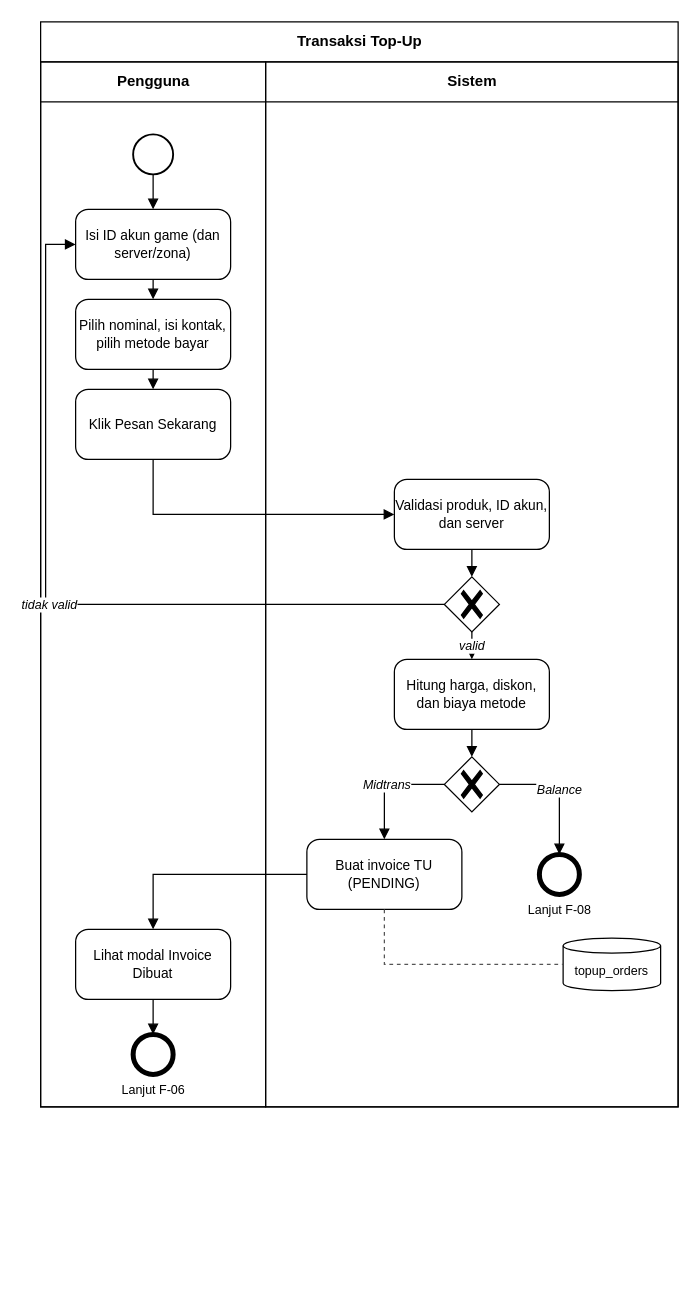
balaqiang/valostock keeps this draw.io diagram as page "F-04 FBPMNTransaksiTopUp" (4 of 12) of docs/skpl/bpmn/BPMN valostock.drawio. Above is the earlier version. Source tidied: cells renumbered, new cells numbered last; positions are measured from the earlier drawing's top-left corner, leaving out a move shared by most shapes. Both pictures are drawn from the tidied source at 125%, with x=0, y=0 at pixel (40, 21).
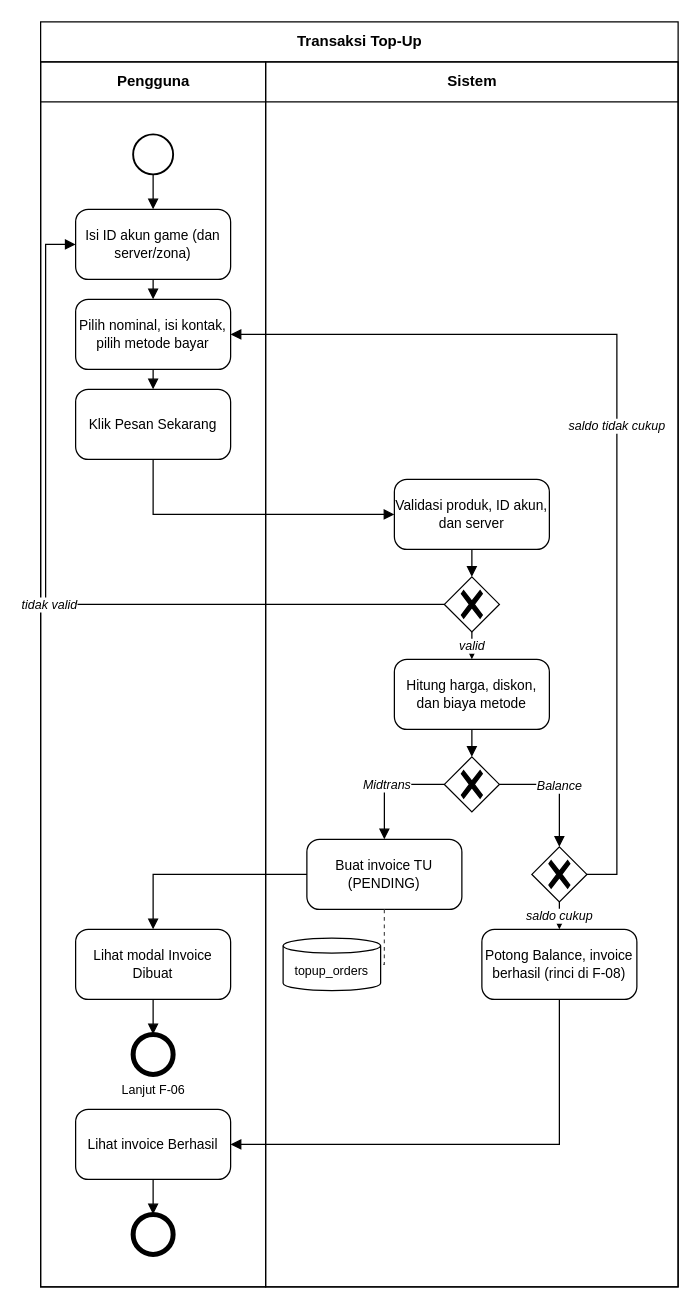
Above is the later version.

Commit message (it also covers changes not shown here):
docs(skpl): balance sufficiency decision in BPMN F-04 and F-08, loop back to choosing a payment method

Unchanged cells that the change refers to:
```xml
<mxCell id="7" value="Pilih nominal, isi kontak, pilih metode bayar" style="rounded=1;whiteSpace=wrap;html=1;arcSize=18;fontSize=11;" parent="1" vertex="1">
  <mxGeometry x="28" y="222" width="124" height="56" as="geometry" />
</mxCell>
<mxCell id="12" style="shape=mxgraph.bpmn.gateway2;html=1;verticalLabelPosition=bottom;verticalAlign=top;outline=none;symbol=none;gwType=exclusive;" parent="1" vertex="1">
  <mxGeometry x="323" y="588" width="44" height="44" as="geometry" />
</mxCell>
<mxCell id="14" value="Buat invoice TU (PENDING)" style="rounded=1;whiteSpace=wrap;html=1;arcSize=18;fontSize=11;" parent="1" vertex="1">
  <mxGeometry x="213" y="654" width="124" height="56" as="geometry" />
</mxCell>
```

The edit, as a diff of the source:
```diff
@@
     <mxCell id="2" value="Transaksi Top-Up" style="swimlane;startSize=32;html=1;fontStyle=1;fillColor=none;" parent="1" vertex="1">
-      <mxGeometry width="510" height="868" as="geometry" />
+      <mxGeometry width="510" height="1012" as="geometry" />
     </mxCell>
     <mxCell id="3" value="Pengguna" style="swimlane;startSize=32;html=1;fontStyle=1;fillColor=none;" parent="1" vertex="1">
-      <mxGeometry y="32" width="180" height="836" as="geometry" />
+      <mxGeometry y="32" width="180" height="980" as="geometry" />
     </mxCell>
     <mxCell id="4" value="Sistem" style="swimlane;startSize=32;html=1;fontStyle=1;fillColor=none;" parent="1" vertex="1">
-      <mxGeometry x="180" y="32" width="330" height="836" as="geometry" />
+      <mxGeometry x="180" y="32" width="330" height="980" as="geometry" />
     </mxCell>
@@
-    <mxCell id="13" value="Lanjut F-08" style="ellipse;html=1;strokeWidth=4;verticalLabelPosition=bottom;verticalAlign=top;fontSize=10;" parent="1" vertex="1">
-      <mxGeometry x="399" y="666" width="32" height="32" as="geometry" />
-    </mxCell>
@@
     <mxCell id="15" value="topup_orders" style="shape=cylinder3;whiteSpace=wrap;html=1;boundedLbl=1;backgroundOutline=1;size=6;fontSize=10;" parent="1" vertex="1">
-      <mxGeometry x="418" y="733" width="78" height="42" as="geometry" />
+      <mxGeometry x="194" y="733" width="78" height="42" as="geometry" />
     </mxCell>
+    <mxCell id="31" style="shape=mxgraph.bpmn.gateway2;html=1;verticalLabelPosition=bottom;verticalAlign=top;outline=none;symbol=none;gwType=exclusive;" parent="1" vertex="1">
+      <mxGeometry x="393" y="660" width="44" height="44" as="geometry" />
+    </mxCell>
+    <mxCell id="32" value="Potong Balance, invoice berhasil (rinci di F-08)" style="rounded=1;whiteSpace=wrap;html=1;arcSize=18;fontSize=11;" parent="1" vertex="1">
+      <mxGeometry x="353" y="726" width="124" height="56" as="geometry" />
+    </mxCell>
@@
+    <mxCell id="33" value="Lihat invoice Berhasil" style="rounded=1;whiteSpace=wrap;html=1;arcSize=18;fontSize=11;" parent="1" vertex="1">
+      <mxGeometry x="28" y="870" width="124" height="56" as="geometry" />
+    </mxCell>
+    <mxCell id="34" style="ellipse;html=1;strokeWidth=4;verticalLabelPosition=bottom;verticalAlign=top;fontSize=10;" parent="1" vertex="1">
+      <mxGeometry x="74" y="954" width="32" height="32" as="geometry" />
+    </mxCell>
@@
-    <mxCell id="26" value="Balance" style="endArrow=block;endFill=1;edgeStyle=none;rounded=0;html=1;fontStyle=2;fontSize=10;labelBackgroundColor=#ffffff;exitX=1;exitY=0.5;exitDx=0;exitDy=0;entryX=0.5;entryY=0;entryDx=0;entryDy=0;" parent="1" edge="1" source="12" target="13">
-      <mxGeometry relative="1" as="geometry">
-        <Array as="points">
-          <mxPoint x="415" y="610" />
-        </Array>
-      </mxGeometry>
-    </mxCell>
@@
-    <mxCell id="28" style="dashed=1;endArrow=none;strokeColor=#555555;edgeStyle=none;rounded=0;html=1;fontStyle=2;fontSize=10;labelBackgroundColor=#ffffff;exitX=0.5;exitY=1;exitDx=0;exitDy=0;entryX=0;entryY=0.5;entryDx=0;entryDy=0;" parent="1" edge="1" source="14" target="15">
+    <mxCell id="28" style="dashed=1;endArrow=none;strokeColor=#555555;edgeStyle=none;rounded=0;html=1;fontStyle=2;fontSize=10;labelBackgroundColor=#ffffff;exitX=0.5;exitY=1;exitDx=0;exitDy=0;entryX=1;entryY=0.5;entryDx=0;entryDy=0;" parent="1" edge="1" source="14" target="15">
       <mxGeometry relative="1" as="geometry">
         <Array as="points">
           <mxPoint x="275" y="754" />
         </Array>
       </mxGeometry>
     </mxCell>
@@
+    <mxCell id="26" value="Balance" style="endArrow=block;endFill=1;edgeStyle=none;rounded=0;html=1;fontStyle=2;fontSize=10;labelBackgroundColor=#ffffff;exitX=1;exitY=0.5;exitDx=0;exitDy=0;entryX=0.5;entryY=0;entryDx=0;entryDy=0;" parent="1" edge="1" source="12" target="31">
+      <mxGeometry relative="1" as="geometry">
+        <Array as="points">
+          <mxPoint x="415" y="610" />
+        </Array>
+      </mxGeometry>
+    </mxCell>
+    <mxCell id="35" value="saldo tidak cukup" style="endArrow=block;endFill=1;edgeStyle=none;rounded=0;html=1;fontStyle=2;fontSize=10;labelBackgroundColor=#ffffff;exitX=1;exitY=0.5;exitDx=0;exitDy=0;entryX=1;entryY=0.5;entryDx=0;entryDy=0;" parent="1" edge="1" source="31" target="7">
+      <mxGeometry relative="1" as="geometry">
+        <Array as="points">
+          <mxPoint x="461" y="682" />
+          <mxPoint x="461" y="250" />
+        </Array>
+      </mxGeometry>
+    </mxCell>
+    <mxCell id="36" value="saldo cukup" style="endArrow=block;endFill=1;edgeStyle=none;rounded=0;html=1;fontStyle=2;fontSize=10;labelBackgroundColor=#ffffff;exitX=0.5;exitY=1;exitDx=0;exitDy=0;entryX=0.5;entryY=0;entryDx=0;entryDy=0;" parent="1" edge="1" source="31" target="32">
+      <mxGeometry relative="1" as="geometry" />
+    </mxCell>
+    <mxCell id="37" style="endArrow=block;endFill=1;edgeStyle=none;rounded=0;html=1;fontStyle=2;fontSize=10;labelBackgroundColor=#ffffff;exitX=0.5;exitY=1;exitDx=0;exitDy=0;entryX=1;entryY=0.5;entryDx=0;entryDy=0;" parent="1" edge="1" source="32" target="33">
+      <mxGeometry relative="1" as="geometry">
+        <Array as="points">
+          <mxPoint x="415" y="898" />
+        </Array>
+      </mxGeometry>
+    </mxCell>
+    <mxCell id="38" style="endArrow=block;endFill=1;edgeStyle=none;rounded=0;html=1;fontStyle=2;fontSize=10;labelBackgroundColor=#ffffff;exitX=0.5;exitY=1;exitDx=0;exitDy=0;entryX=0.5;entryY=0;entryDx=0;entryDy=0;" parent="1" edge="1" source="33" target="34">
+      <mxGeometry relative="1" as="geometry" />
+    </mxCell>
```
